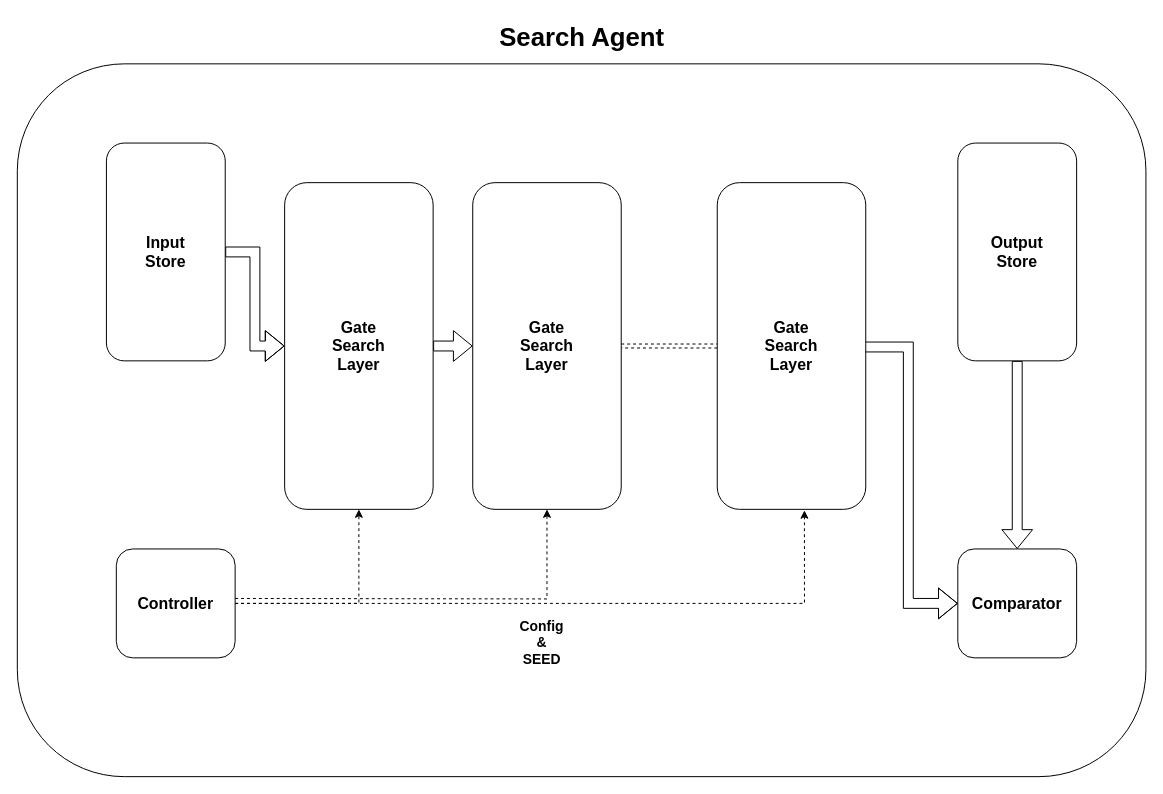
Earlier version of the draw.io diagram page "Search Agent" (4 of 6) of Docs/High-level-Architecture.drawio (gausslabs/wayfarer). Source tidied: cells renumbered, new cells numbered last; positions are measured from the earlier drawing's top-left corner, leaving out a move shared by most shapes. Both pictures are drawn from the tidied source at 99%, with x=0, y=0 at pixel (17, 17).
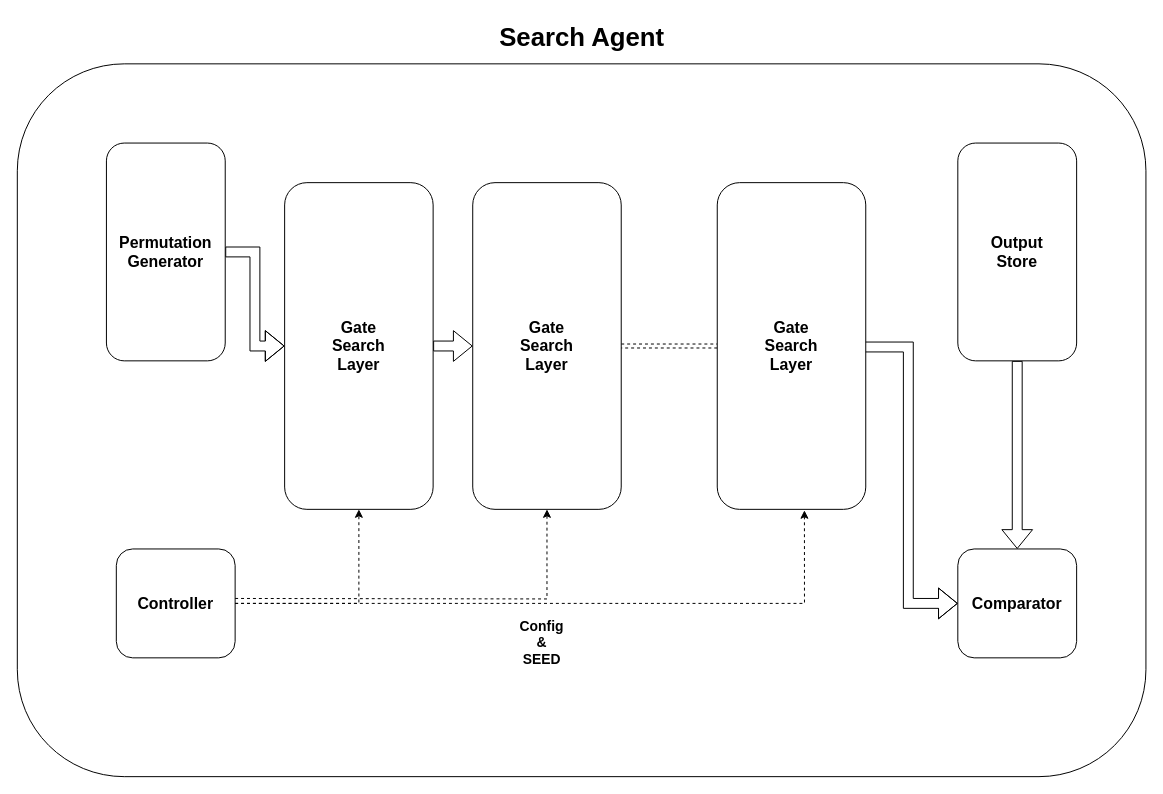
The same diagram, later.

Change to the diagram source:
```diff
@@
-    <mxCell id="4" value="&lt;b&gt;&lt;font style=&quot;font-size: 16px;&quot;&gt;Input&lt;br&gt;Store&lt;/font&gt;&lt;/b&gt;" style="rounded=1;whiteSpace=wrap;html=1;" parent="1" vertex="1">
+    <mxCell id="4" value="&lt;span style=&quot;font-size: 16px;&quot;&gt;&lt;b&gt;Permutation Generator&lt;/b&gt;&lt;/span&gt;" style="rounded=1;whiteSpace=wrap;html=1;" parent="1" vertex="1">
       <mxGeometry x="90" y="127" width="120" height="220" as="geometry" />
     </mxCell>
```
